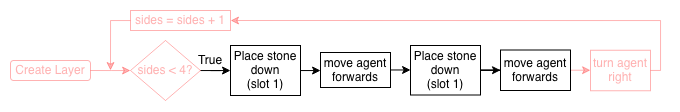
Before: tutorials/python-islands/island-7/tower_builder/images/flowchart-landscape-function_2.png, a diagram exported from draw.io (CausewayDigital/Minecraft-EE-MakeCode). Source tidied: cells renumbered, new cells last; positions are measured from the earlier drawing's top-left corner, leaving out a move shared by most shapes.
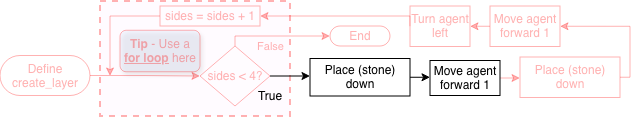
Later version of the same file.

Commit message:
Updated tower builder function tutorial and flowcharts

What changed in the source:
```diff
@@ -2,64 +2,93 @@
   <root>
     <mxCell id="0" />
     <mxCell id="1" parent="0" />
-    <mxCell id="2" value="Create Layer" style="rounded=1;whiteSpace=wrap;html=1;strokeColor=#FF0000;opacity=30;fontColor=light-dark(#FF0000,#FF0000);textOpacity=30;" parent="1" vertex="1">
-      <mxGeometry y="50" width="80" height="20" as="geometry" />
-    </mxCell>
-    <mxCell id="3" style="edgeStyle=orthogonalEdgeStyle;rounded=0;jettySize=auto;html=1;strokeColor=#FF0000;opacity=30;fontColor=light-dark(#FF0000,#FF0000);textOpacity=30;" parent="1" edge="1" target="5">
-      <mxGeometry relative="1" as="geometry">
-        <mxPoint x="80" y="60" as="sourcePoint" />
-      </mxGeometry>
-    </mxCell>
+    <mxCell id="19" style="rounded=0;whiteSpace=wrap;html=1;fillColor=light-dark(#FB0FFF0D,#EDEDED0D);strokeColor=#FF0000;strokeWidth=2;dashed=1;perimeterSpacing=0;fontColor=#FF0000;textOpacity=30;opacity=30;" parent="1" vertex="1">
+      <mxGeometry x="-250" y="-80" width="190" height="115" as="geometry" />
+    </mxCell>
     <mxCell id="4" style="edgeStyle=orthogonalEdgeStyle;rounded=0;jettySize=auto;html=1;" parent="1" edge="1" source="5" target="7">
-      <mxGeometry relative="1" as="geometry" />
+      <mxGeometry relative="1" as="geometry">
+        <Array as="points">
+          <mxPoint x="-50" y="-5" />
+          <mxPoint x="-50" y="-5" />
+        </Array>
+      </mxGeometry>
     </mxCell>
-    <mxCell id="5" value="sides &amp;lt; 4?" style="rhombus;whiteSpace=wrap;html=1;strokeColor=#FF0000;opacity=30;fontColor=light-dark(#FF0000,#FF0000);textOpacity=30;" parent="1" vertex="1">
-      <mxGeometry x="120" y="30" width="70" height="60" as="geometry" />
+    <mxCell id="5" value="sides &amp;lt; 4?" style="rhombus;whiteSpace=wrap;html=1;fontColor=#FF0000;textOpacity=30;strokeColor=#FF0000;opacity=30;" parent="1" vertex="1">
+      <mxGeometry x="-150" y="-35" width="70" height="60" as="geometry" />
     </mxCell>
-    <mxCell id="6" style="edgeStyle=orthogonalEdgeStyle;rounded=0;jettySize=auto;html=1;entryX=0;entryY=0.5;entryDx=0;entryDy=0;" parent="1" edge="1" source="7" target="9">
+    <mxCell id="6" style="edgeStyle=orthogonalEdgeStyle;rounded=0;jettySize=auto;html=1;exitX=1;exitY=0.5;exitDx=0;exitDy=0;entryX=0;entryY=0.5;entryDx=0;entryDy=0;" parent="1" edge="1" source="7" target="9">
       <mxGeometry relative="1" as="geometry" />
     </mxCell>
-    <mxCell id="7" value="&lt;div&gt;Place stone down&lt;/div&gt;&lt;div&gt;(slot 1)&lt;/div&gt;" style="rounded=0;whiteSpace=wrap;html=1;strokeColor=light-dark(#000000,#FF0000);" parent="1" vertex="1">
-      <mxGeometry x="220" y="35" width="70" height="50" as="geometry" />
+    <mxCell id="7" value="&lt;div&gt;Place (stone) down&lt;/div&gt;" style="rounded=0;whiteSpace=wrap;html=1;strokeColor=light-dark(#000000, #ededed);" parent="1" vertex="1">
+      <mxGeometry x="-40" y="-22.5" width="100" height="37.5" as="geometry" />
     </mxCell>
-    <mxCell id="8" style="edgeStyle=orthogonalEdgeStyle;rounded=0;jettySize=auto;html=1;" parent="1" edge="1" source="9" target="11">
+    <mxCell id="8" style="edgeStyle=orthogonalEdgeStyle;rounded=0;jettySize=auto;html=1;exitX=1;exitY=0.5;exitDx=0;exitDy=0;entryX=0;entryY=0.5;entryDx=0;entryDy=0;fontColor=#FF0000;textOpacity=30;strokeColor=#FF0000;opacity=30;" parent="1" edge="1" source="9" target="11">
       <mxGeometry relative="1" as="geometry" />
     </mxCell>
-    <mxCell id="9" value="move agent forwards" style="rounded=0;whiteSpace=wrap;html=1;strokeColor=light-dark(#000000,#FF0000);" parent="1" vertex="1">
-      <mxGeometry x="310" y="42" width="70" height="35" as="geometry" />
+    <mxCell id="9" value="Move agent forward 1" style="rounded=0;whiteSpace=wrap;html=1;strokeColor=light-dark(#000000, #ededed);" parent="1" vertex="1">
+      <mxGeometry x="80" y="-20.5" width="70" height="35" as="geometry" />
     </mxCell>
-    <mxCell id="10" style="edgeStyle=orthogonalEdgeStyle;rounded=0;jettySize=auto;html=1;" parent="1" edge="1" source="11" target="13">
-      <mxGeometry relative="1" as="geometry" />
+    <mxCell id="10" style="edgeStyle=orthogonalEdgeStyle;rounded=0;jettySize=auto;html=1;entryX=1;entryY=0.5;entryDx=0;entryDy=0;fontColor=#FF0000;textOpacity=30;strokeColor=#FF0000;opacity=30;" parent="1" edge="1" source="11" target="13">
+      <mxGeometry relative="1" as="geometry">
+        <Array as="points">
+          <mxPoint x="280" y="-4" />
+          <mxPoint x="280" y="-55" />
+        </Array>
+      </mxGeometry>
     </mxCell>
-    <mxCell id="11" value="&lt;div&gt;Place stone down&lt;/div&gt;(slot 1)" style="rounded=0;whiteSpace=wrap;html=1;strokeColor=light-dark(#000000,#FF0000);" parent="1" vertex="1">
-      <mxGeometry x="400" y="35" width="70" height="49.5" as="geometry" />
+    <mxCell id="11" value="&lt;div&gt;Place (stone) down&lt;/div&gt;" style="rounded=0;whiteSpace=wrap;html=1;strokeColor=#FF0000;fontColor=#FF0000;textOpacity=30;opacity=30;" parent="1" vertex="1">
+      <mxGeometry x="170" y="-24" width="100" height="40.5" as="geometry" />
     </mxCell>
-    <mxCell id="12" style="edgeStyle=orthogonalEdgeStyle;rounded=0;jettySize=auto;html=1;fontColor=#FF0000;textOpacity=30;strokeColor=light-dark(#FF0000,#FF0000);opacity=30;" parent="1" edge="1" source="13" target="18">
+    <mxCell id="12" style="edgeStyle=orthogonalEdgeStyle;rounded=0;jettySize=auto;html=1;exitX=0;exitY=0.5;exitDx=0;exitDy=0;entryX=1;entryY=0.5;entryDx=0;entryDy=0;fontColor=#FF0000;textOpacity=30;strokeColor=#FF0000;opacity=30;" parent="1" edge="1" source="13" target="18">
       <mxGeometry relative="1" as="geometry" />
     </mxCell>
-    <mxCell id="13" value="move agent forwards" style="rounded=0;whiteSpace=wrap;html=1;strokeColor=light-dark(#000000,#FF0000);" parent="1" vertex="1">
-      <mxGeometry x="490" y="39.5" width="70" height="40.5" as="geometry" />
+    <mxCell id="13" value="Move agent forward 1" style="rounded=0;whiteSpace=wrap;html=1;strokeColor=#FF0000;fontColor=#FF0000;textOpacity=30;opacity=30;" parent="1" vertex="1">
+      <mxGeometry x="140" y="-75" width="70" height="40.5" as="geometry" />
     </mxCell>
-    <mxCell id="14" style="edgeStyle=orthogonalEdgeStyle;rounded=0;jettySize=auto;html=1;strokeColor=#FF0000;opacity=30;fontColor=light-dark(#FF0000,#FF0000);textOpacity=30;" parent="1" edge="1" source="15">
-      <mxGeometry relative="1" as="geometry">
-        <mxPoint x="100" y="60" as="targetPoint" />
-      </mxGeometry>
-    </mxCell>
+    <mxCell id="20" style="edgeStyle=orthogonalEdgeStyle;rounded=0;jettySize=auto;html=1;exitX=0;exitY=0.5;exitDx=0;exitDy=0;fontColor=#FF0000;textOpacity=30;strokeColor=#FF0000;opacity=30;" parent="1" edge="1" source="15">
+      <mxGeometry relative="1" as="geometry">
+        <mxPoint x="-240" y="-5" as="targetPoint" />
+      </mxGeometry>
+    </mxCell>
-    <mxCell id="15" value="sides = sides + 1" style="rounded=0;whiteSpace=wrap;html=1;strokeColor=#FF0000;opacity=30;fontColor=light-dark(#FF0000,#FF0000);textOpacity=30;" parent="1" vertex="1">
-      <mxGeometry x="120" width="100" height="20" as="geometry" />
+    <mxCell id="15" value="sides = sides + 1" style="rounded=0;whiteSpace=wrap;html=1;fontColor=#FF0000;textOpacity=30;strokeColor=#FF0000;opacity=30;" parent="1" vertex="1">
+      <mxGeometry x="-190" y="-75" width="100" height="20" as="geometry" />
     </mxCell>
-    <mxCell id="16" value="True&lt;span style=&quot;color: rgba(0 , 0 , 0 , 0) ; font-family: monospace ; font-size: 0px&quot;&gt;%3CmxGraphModel%3E%3Croot%3E%3CmxCell%20id%3D%220%22%2F%3E%3CmxCell%20id%3D%221%22%20parent%3D%220%22%2F%3E%3CmxCell%20id%3D%222%22%20value%3D%22False%22%20style%3D%22text%3Bhtml%3D1%3BstrokeColor%3Dnone%3BfillColor%3Dnone%3Balign%3Dcenter%3BverticalAlign%3Dmiddle%3BwhiteSpace%3Dwrap%3Brounded%3D0%3B%22%20vertex%3D%221%22%20parent%3D%221%22%3E%3CmxGeometry%20x%3D%22260%22%20y%3D%22440%22%20width%3D%2240%22%20height%3D%2220%22%20as%3D%22geometry%22%2F%3E%3C%2FmxCell%3E%3C%2Froot%3E%3C%2FmxGraphModel%3E&lt;/span&gt;" style="text;html=1;strokeColor=none;fillColor=none;align=center;verticalAlign=middle;whiteSpace=wrap;rounded=0;" parent="1" vertex="1">
-      <mxGeometry x="180" y="40" width="40" height="20" as="geometry" />
+    <mxCell id="16" value="True&lt;span style=&quot;font-family: monospace; font-size: 0px;&quot;&gt;%3CmxGraphModel%3E%3Croot%3E%3CmxCell%20id%3D%220%22%2F%3E%3CmxCell%20id%3D%221%22%20parent%3D%220%22%2F%3E%3CmxCell%20id%3D%222%22%20value%3D%22False%22%20style%3D%22text%3Bhtml%3D1%3BstrokeColor%3Dnone%3BfillColor%3Dnone%3Balign%3Dcenter%3BverticalAlign%3Dmiddle%3BwhiteSpace%3Dwrap%3Brounded%3D0%3B%22%20vertex%3D%221%22%20parent%3D%221%22%3E%3CmxGeometry%20x%3D%22260%22%20y%3D%22440%22%20width%3D%2240%22%20height%3D%2220%22%20as%3D%22geometry%22%2F%3E%3C%2FmxCell%3E%3C%2Froot%3E%3C%2FmxGraphModel%3E&lt;/span&gt;" style="text;html=1;strokeColor=none;fillColor=none;align=center;verticalAlign=middle;whiteSpace=wrap;rounded=0;fontColor=#000000;opacity=30;" parent="1" vertex="1">
+      <mxGeometry x="-100" y="5" width="40" height="20" as="geometry" />
     </mxCell>
-    <mxCell id="17" style="edgeStyle=orthogonalEdgeStyle;rounded=0;jettySize=auto;html=1;entryX=1;entryY=0.5;entryDx=0;entryDy=0;strokeColor=#FF0000;opacity=30;fontColor=light-dark(#FF0000,#FF0000);textOpacity=30;" parent="1" edge="1" source="18" target="15">
+    <mxCell id="17" style="edgeStyle=orthogonalEdgeStyle;rounded=0;jettySize=auto;html=1;exitX=0;exitY=0.5;exitDx=0;exitDy=0;entryX=1;entryY=0.5;entryDx=0;entryDy=0;fontColor=#FF0000;textOpacity=30;strokeColor=#FF0000;opacity=30;" parent="1" edge="1" source="18" target="15">
       <mxGeometry relative="1" as="geometry">
         <Array as="points">
-          <mxPoint x="650" y="10" />
+          <mxPoint x="60" y="-65" />
         </Array>
       </mxGeometry>
     </mxCell>
-    <mxCell id="18" value="turn agent right" style="rounded=0;whiteSpace=wrap;html=1;strokeColor=#FF0000;opacity=30;fontColor=light-dark(#FF0000,#FF0000);textOpacity=30;" parent="1" vertex="1">
-      <mxGeometry x="580" y="39.8" width="60" height="40.5" as="geometry" />
+    <mxCell id="18" value="Turn agent left" style="rounded=0;whiteSpace=wrap;html=1;strokeColor=#FF0000;fontColor=#FF0000;textOpacity=30;opacity=30;" parent="1" vertex="1">
+      <mxGeometry x="60" y="-75" width="60" height="40.5" as="geometry" />
     </mxCell>
+    <mxCell id="21" style="edgeStyle=orthogonalEdgeStyle;rounded=0;jettySize=auto;html=1;exitX=1;exitY=0.5;exitDx=0;exitDy=0;exitPerimeter=0;entryX=0;entryY=0.5;entryDx=0;entryDy=0;fontColor=#FF0000;textOpacity=30;strokeColor=#FF0000;opacity=30;" parent="1" edge="1" source="22" target="5">
+      <mxGeometry relative="1" as="geometry" />
+    </mxCell>
+    <mxCell id="22" value="Define&lt;br&gt;create_layer" style="html=1;dashed=0;whiteSpace=wrap;shape=mxgraph.dfd.start;fontColor=#FF0000;textOpacity=30;strokeColor=#FF0000;opacity=30;" parent="1" vertex="1">
+      <mxGeometry x="-350" y="-25.5" width="90" height="40" as="geometry" />
+    </mxCell>
+    <mxCell id="23" value="End" style="html=1;dashed=0;whiteSpace=wrap;shape=mxgraph.dfd.start;fontColor=#FF0000;textOpacity=30;strokeColor=#FF0000;opacity=30;" parent="1" vertex="1">
+      <mxGeometry x="-20" y="-55" width="60" height="20" as="geometry" />
+    </mxCell>
+    <mxCell id="24" style="edgeStyle=orthogonalEdgeStyle;rounded=0;jettySize=auto;html=1;exitX=0.5;exitY=0;exitDx=0;exitDy=0;entryX=0;entryY=0.5;entryDx=0;entryDy=0;entryPerimeter=0;fontColor=#FF0000;textOpacity=30;strokeColor=#FF0000;opacity=30;" parent="1" edge="1" source="5" target="23">
+      <mxGeometry relative="1" as="geometry">
+        <Array as="points">
+          <mxPoint x="-115" y="-45" />
+        </Array>
+      </mxGeometry>
+    </mxCell>
+    <mxCell id="25" value="False" style="edgeLabel;html=1;align=center;verticalAlign=middle;labelBackgroundColor=none;fontColor=#FF0000;textOpacity=30;" parent="24" vertex="1">
+      <mxGeometry x="-0.39" y="3" relative="1" as="geometry">
+        <mxPoint x="13" y="13" as="offset" />
+      </mxGeometry>
+    </mxCell>
+    <mxCell id="26" value="&lt;b&gt;Tip &lt;/b&gt;- Use a &lt;b&gt;&lt;u&gt;for loop&lt;/u&gt;&lt;/b&gt; here" style="text;html=1;whiteSpace=wrap;strokeColor=#FF0000;fillColor=#dae8fc;align=center;verticalAlign=middle;rounded=1;glass=0;shadow=1;opacity=30;fontColor=#FF0000;textOpacity=30;" parent="1" vertex="1">
+      <mxGeometry x="-230" y="-50.8" width="80" height="41.5" as="geometry" />
+    </mxCell>
   </root>
 </mxGraphModel>
```
